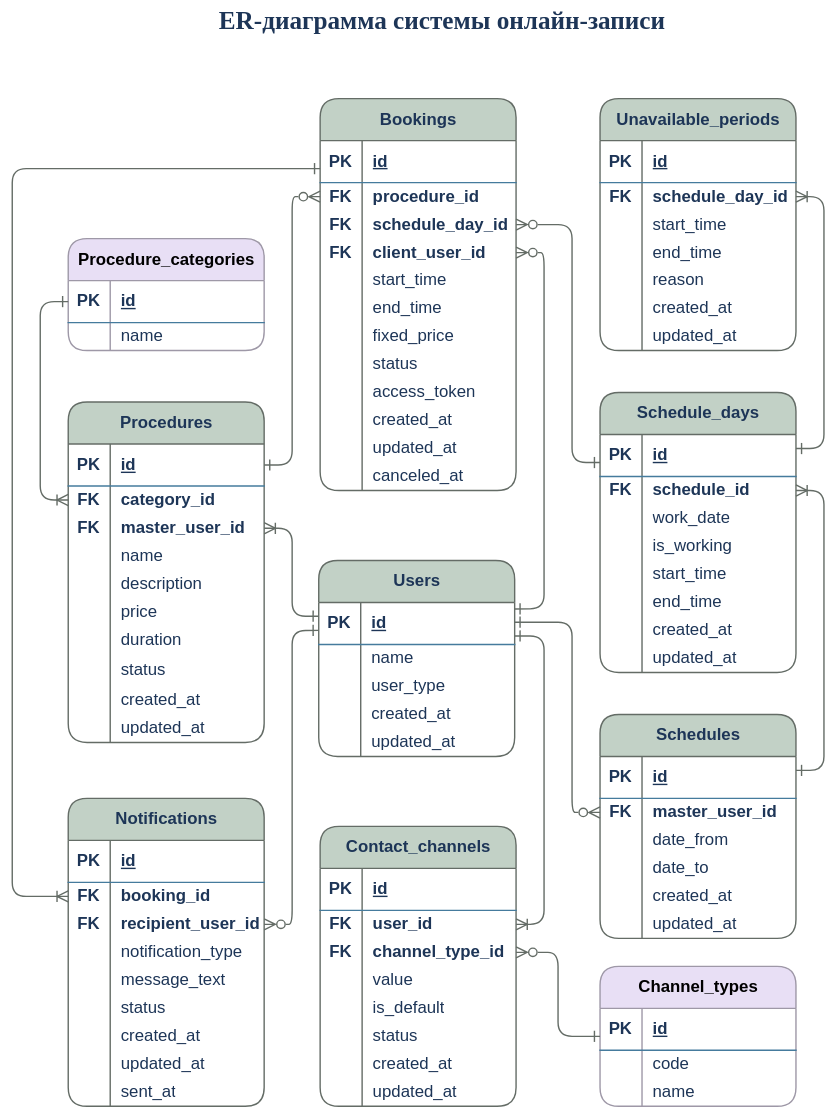
This is Case 01: online booking/data-model/er-diagram.svg from Katerina-analyst/Portfolio, a draw.io export, as it was before one commit. Source tidied: cells renumbered, new cells last; positions are measured from the earlier drawing's top-left corner, leaving out a move shared by most shapes.
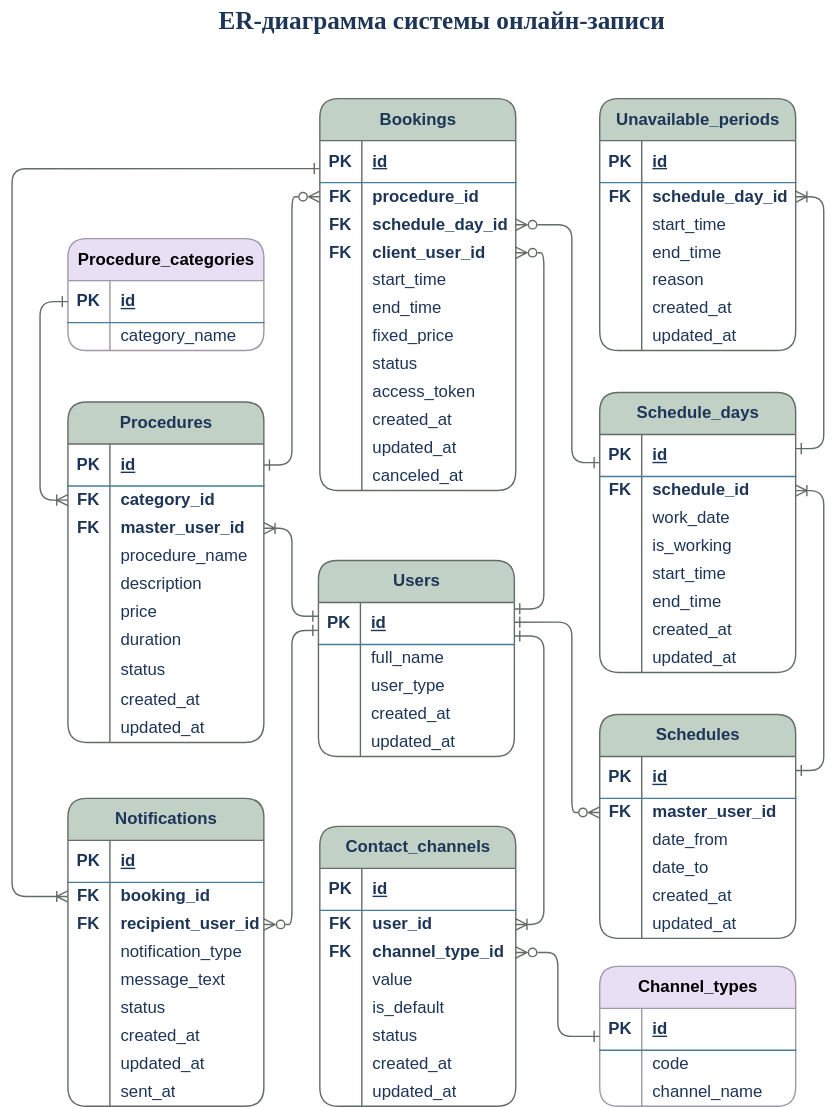
Later version of the same file.

What changed in the source:
```diff
@@ -38,7 +38,7 @@
     <mxCell id="13" style="shape=partialRectangle;fillColor=none;top=0;left=0;bottom=0;right=0;overflow=hidden;whiteSpace=wrap;html=1;swimlaneFillColor=none;shadow=0;labelBackgroundColor=none;strokeColor=#457B9D;fontColor=#1D3557;rounded=1;" parent="12" vertex="1">
       <mxGeometry width="30" height="20" as="geometry" />
     </mxCell>
-    <mxCell id="14" value="name" style="shape=partialRectangle;fillColor=none;top=0;left=0;bottom=0;right=0;align=left;spacingLeft=6;overflow=hidden;whiteSpace=wrap;html=1;swimlaneFillColor=none;shadow=0;labelBackgroundColor=none;strokeColor=#457B9D;fontColor=#1D3557;rounded=1;" parent="12" vertex="1">
+    <mxCell id="14" value=" procedure_name" style="shape=partialRectangle;fillColor=none;top=0;left=0;bottom=0;right=0;align=left;spacingLeft=6;overflow=hidden;whiteSpace=wrap;html=1;swimlaneFillColor=none;shadow=0;labelBackgroundColor=none;strokeColor=#457B9D;fontColor=#1D3557;rounded=1;" parent="12" vertex="1">
       <mxGeometry x="30" width="110" height="20" as="geometry" />
     </mxCell>
     <mxCell id="15" style="shape=tableRow;horizontal=0;startSize=0;swimlaneHead=0;swimlaneBody=0;fillColor=none;top=0;left=0;right=0;bottom=0;swimlaneFillColor=none;shadow=0;labelBackgroundColor=none;strokeColor=#457B9D;fontColor=#1D3557;rounded=1;" parent="2" vertex="1">
@@ -113,7 +113,7 @@
     <mxCell id="38" style="shape=partialRectangle;fillColor=none;top=0;left=0;bottom=0;right=0;overflow=hidden;whiteSpace=wrap;html=1;swimlaneFillColor=none;shadow=0;labelBackgroundColor=none;strokeColor=#457B9D;fontColor=#1D3557;rounded=1;" parent="37" vertex="1">
       <mxGeometry width="30" height="20" as="geometry" />
     </mxCell>
-    <mxCell id="39" value="name" style="shape=partialRectangle;fillColor=none;top=0;left=0;bottom=0;right=0;align=left;spacingLeft=6;overflow=hidden;whiteSpace=wrap;html=1;swimlaneFillColor=none;shadow=0;labelBackgroundColor=none;strokeColor=#457B9D;fontColor=#1D3557;rounded=1;" parent="37" vertex="1">
+    <mxCell id="39" value="full_name" style="shape=partialRectangle;fillColor=none;top=0;left=0;bottom=0;right=0;align=left;spacingLeft=6;overflow=hidden;whiteSpace=wrap;html=1;swimlaneFillColor=none;shadow=0;labelBackgroundColor=none;strokeColor=#457B9D;fontColor=#1D3557;rounded=1;" parent="37" vertex="1">
       <mxGeometry x="30" width="110" height="20" as="geometry" />
     </mxCell>
     <mxCell id="40" style="shape=tableRow;horizontal=0;startSize=0;swimlaneHead=0;swimlaneBody=0;fillColor=none;top=0;left=0;right=0;bottom=0;swimlaneFillColor=none;shadow=0;labelBackgroundColor=none;strokeColor=#457B9D;fontColor=#1D3557;rounded=1;" parent="33" vertex="1">
@@ -236,7 +236,7 @@
     <mxCell id="79" style="shape=partialRectangle;fillColor=none;top=0;left=0;bottom=0;right=0;overflow=hidden;whiteSpace=wrap;html=1;labelBackgroundColor=none;strokeColor=#457B9D;fontColor=#1D3557;rounded=1;" parent="78" vertex="1">
       <mxGeometry width="30" height="20" as="geometry" />
     </mxCell>
-    <mxCell id="80" value="name" style="shape=partialRectangle;fillColor=none;top=0;left=0;bottom=0;right=0;align=left;spacingLeft=6;overflow=hidden;whiteSpace=wrap;html=1;labelBackgroundColor=none;strokeColor=#457B9D;fontColor=#1D3557;rounded=1;" parent="78" vertex="1">
+    <mxCell id="80" value="category_name" style="shape=partialRectangle;fillColor=none;top=0;left=0;bottom=0;right=0;align=left;spacingLeft=6;overflow=hidden;whiteSpace=wrap;html=1;labelBackgroundColor=none;strokeColor=#457B9D;fontColor=#1D3557;rounded=1;" parent="78" vertex="1">
       <mxGeometry x="30" width="110" height="20" as="geometry" />
     </mxCell>
     <mxCell id="81" value="Notifications" style="shape=table;startSize=30;rowLines=0;fontStyle=1;align=center;html=1;swimlaneFillColor=none;shadow=0;rounded=1;fillColor=#C2D1C6;strokeColor=#646C66;labelBackgroundColor=none;fontColor=#1D3557;" parent="1" vertex="1">
@@ -461,7 +461,7 @@
     <mxCell id="154" style="shape=partialRectangle;fillColor=none;top=0;left=0;bottom=0;right=0;overflow=hidden;whiteSpace=wrap;html=1;swimlaneFillColor=none;shadow=0;labelBackgroundColor=none;strokeColor=#457B9D;fontColor=#1D3557;rounded=1;" parent="153" vertex="1">
       <mxGeometry width="30" height="20" as="geometry" />
     </mxCell>
-    <mxCell id="155" value="name" style="shape=partialRectangle;fillColor=none;top=0;left=0;bottom=0;right=0;align=left;spacingLeft=6;overflow=hidden;whiteSpace=wrap;html=1;swimlaneFillColor=none;shadow=0;labelBackgroundColor=none;strokeColor=#457B9D;fontColor=#1D3557;rounded=1;" parent="153" vertex="1">
+    <mxCell id="155" value="channel_name" style="shape=partialRectangle;fillColor=none;top=0;left=0;bottom=0;right=0;align=left;spacingLeft=6;overflow=hidden;whiteSpace=wrap;html=1;swimlaneFillColor=none;shadow=0;labelBackgroundColor=none;strokeColor=#457B9D;fontColor=#1D3557;rounded=1;" parent="153" vertex="1">
       <mxGeometry x="30" width="110" height="20" as="geometry" />
     </mxCell>
     <mxCell id="156" value="Unavailable_periods" style="shape=table;startSize=30;rowLines=0;fontStyle=1;align=center;html=1;swimlaneFillColor=none;shadow=0;rounded=1;fillColor=#C2D1C6;strokeColor=#646C66;labelBackgroundColor=none;fontColor=#1D3557;" parent="1" vertex="1">
```
